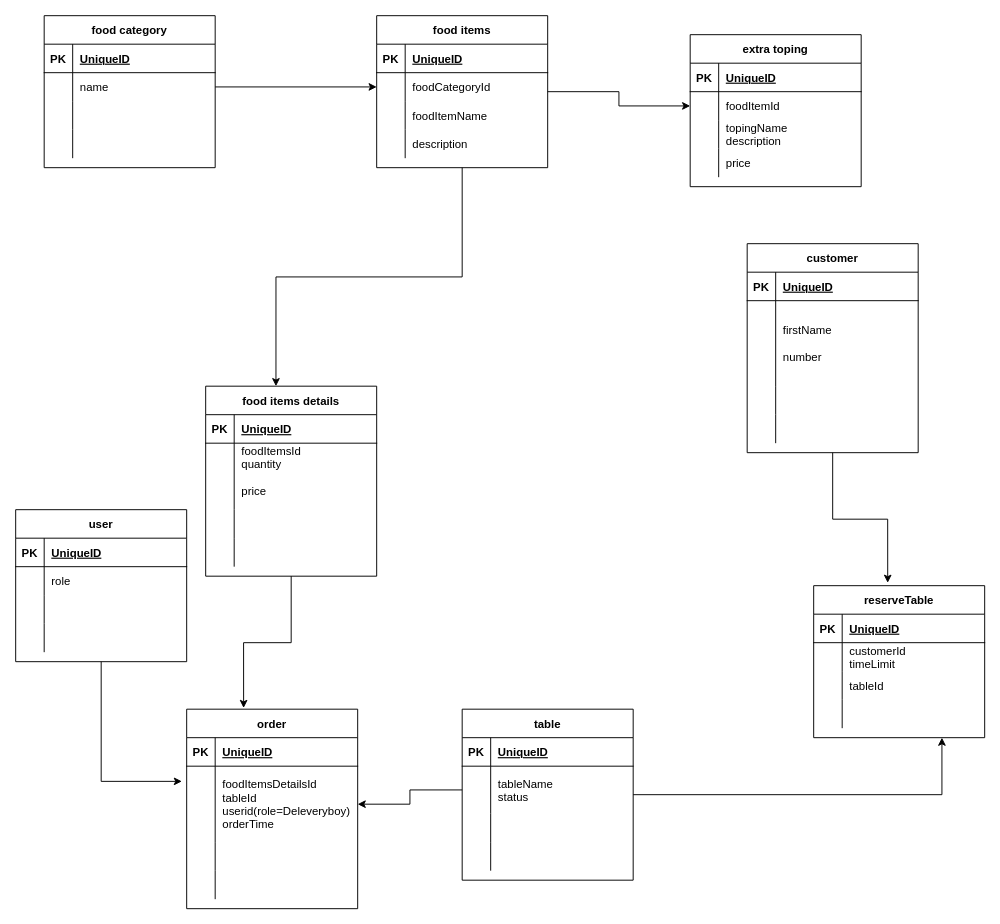
Earlier version of the draw.io diagram pointofsale.drawio (zaryabali786/erdDiagram). Source tidied: cells renumbered, new cells numbered last; positions are measured from the earlier drawing's top-left corner, leaving out a move shared by most shapes. Both pictures are drawn from the tidied source at 95%, with x=0, y=0 at pixel (15, 15).
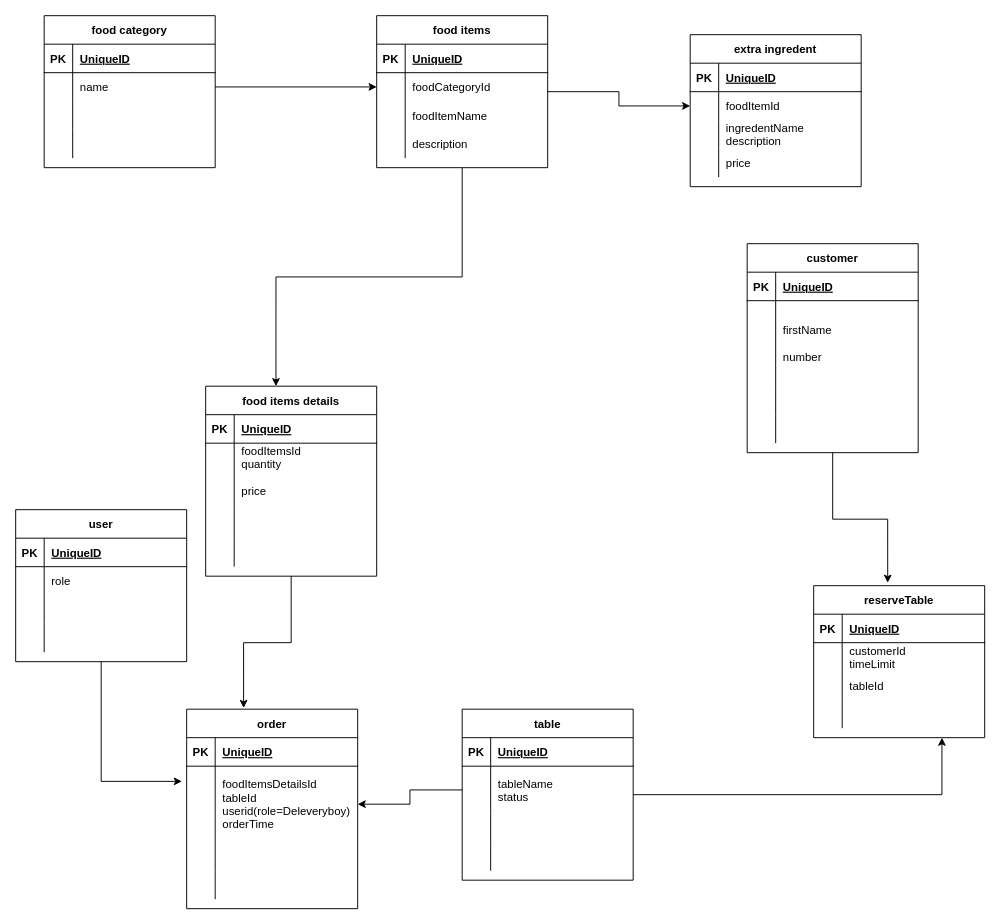
The same page after the edit.

The change refers to these unchanged cells:
```xml
<mxCell id="108" style="shape=tableRow;horizontal=0;startSize=0;swimlaneHead=0;swimlaneBody=0;fillColor=none;top=0;left=0;right=0;bottom=0;" parent="101" vertex="1">
  <mxGeometry y="90" width="180" height="30" as="geometry" />
</mxCell>
```

Change to the diagram source:
```diff
@@
-    <mxCell id="101" value="extra toping" style="shape=table;startSize=30;childLayout=tableLayout;rowLines=0;fontStyle=1;align=center;" parent="1" vertex="1">
+    <mxCell id="101" value="extra ingredent" style="shape=table;startSize=30;childLayout=tableLayout;rowLines=0;fontStyle=1;align=center;" parent="1" vertex="1">
       <mxGeometry x="710" y="20" width="180" height="160" as="geometry" />
     </mxCell>
@@
-    <mxCell id="110" value="topingName&#10;description" style="shape=partialRectangle;fillColor=none;top=0;left=0;bottom=0;right=0;align=left;spacingLeft=6;overflow=hidden;" parent="108" vertex="1">
+    <mxCell id="110" value="ingredentName&#10;description" style="shape=partialRectangle;fillColor=none;top=0;left=0;bottom=0;right=0;align=left;spacingLeft=6;overflow=hidden;" parent="108" vertex="1">
       <mxGeometry x="30" width="150" height="30" as="geometry" />
     </mxCell>
```
